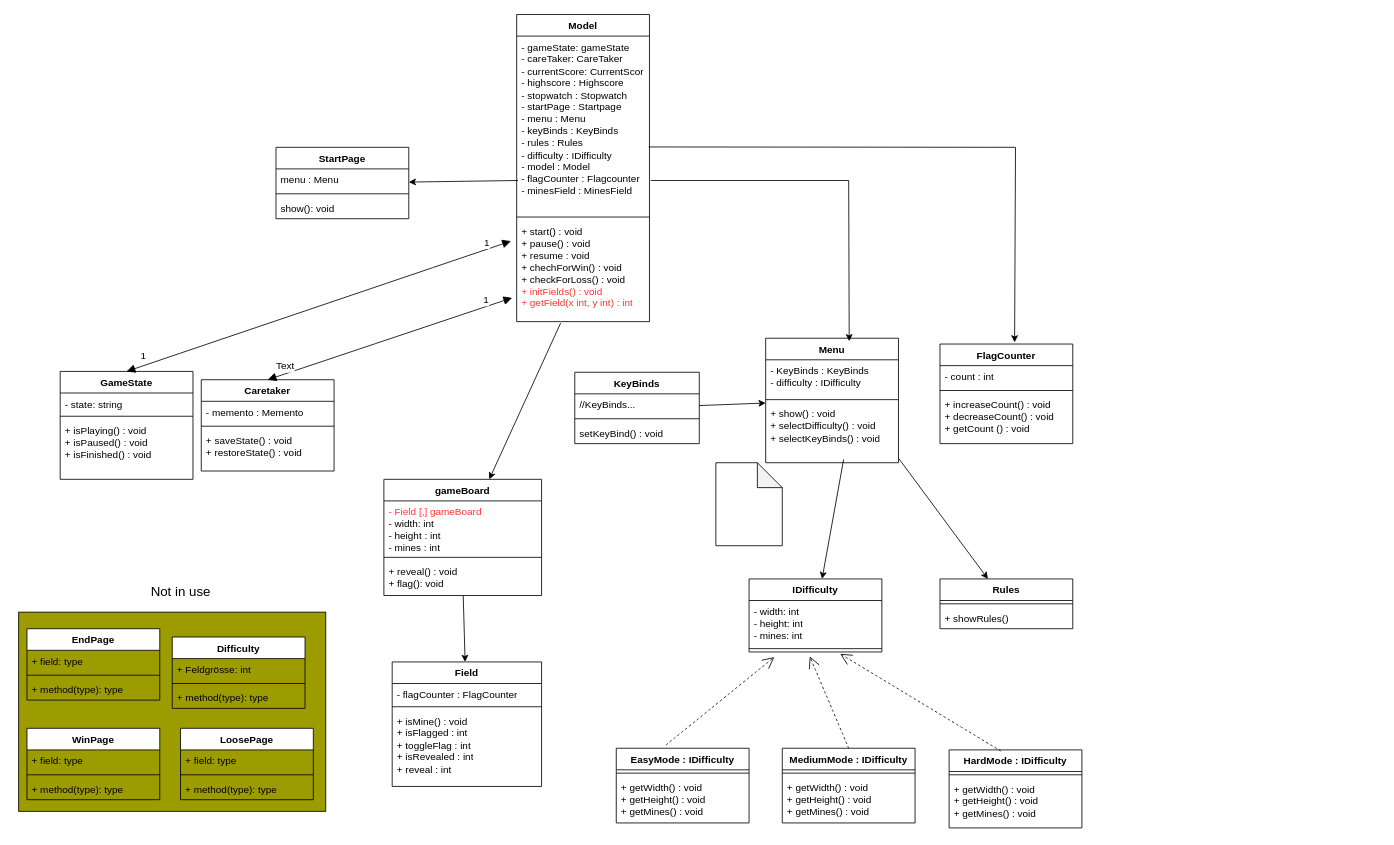
Before: Abgabe2_Abel_Amadeo/Klassendiagramm_Minesweeper_AS_AT.drawio in abelsolomon1/Minesweeper, a draw.io diagram. Source tidied: cells renumbered, new cells numbered last; positions are measured from the earlier drawing's top-left corner, leaving out a move shared by most shapes. Both pictures are drawn from the tidied source at 83%, with x=0, y=0 at pixel (18, 14).
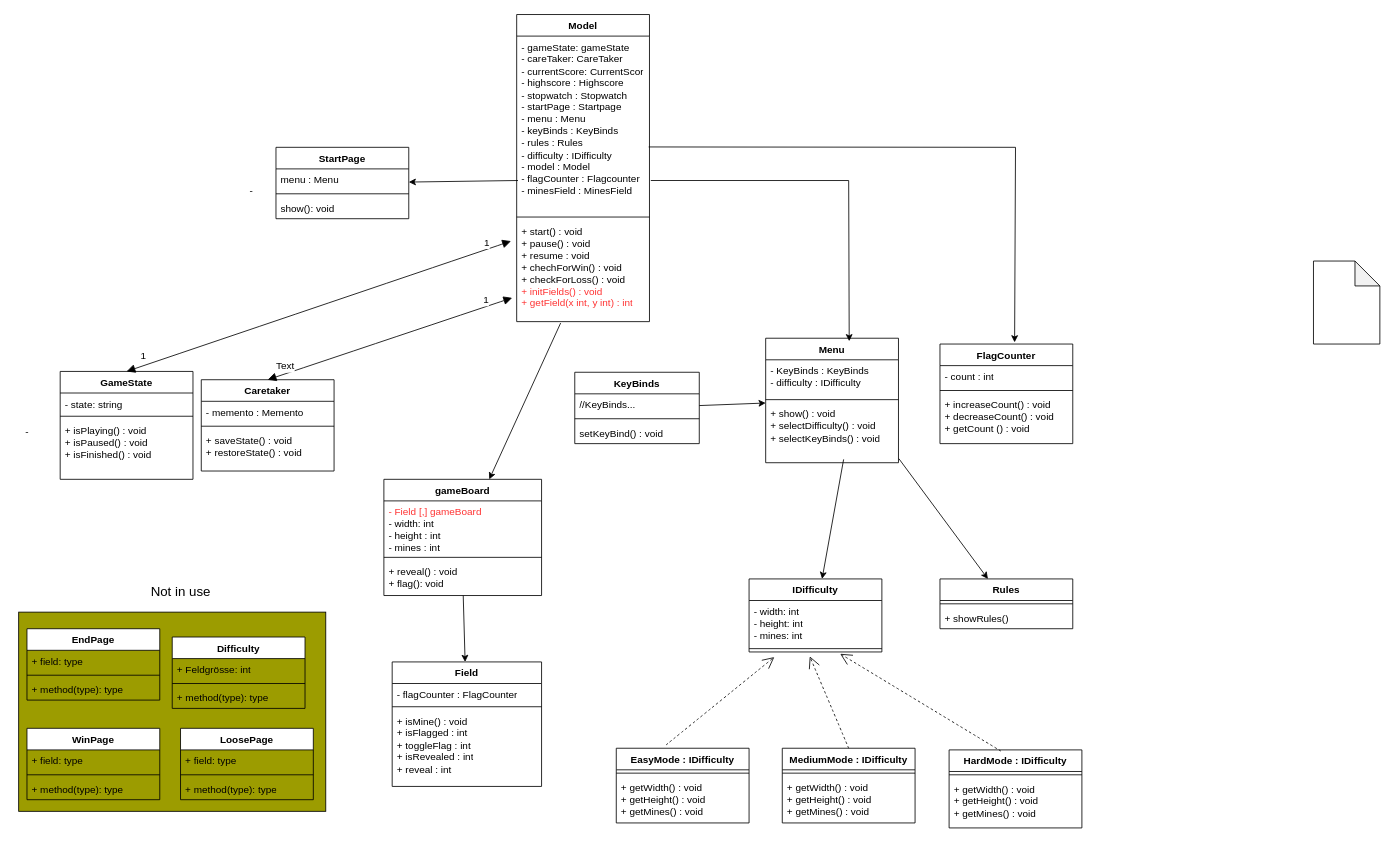
The same page after the edit.

The edit, as a diff of the source:
```diff
@@
     <mxCell id="88" style="shape=note;whiteSpace=wrap;html=1;backgroundOutline=1;darkOpacity=0.05;" parent="1" vertex="1">
-      <mxGeometry x="840" y="540" width="80" height="100" as="geometry" />
+      <mxGeometry x="1560" y="297" width="80" height="100" as="geometry" />
     </mxCell>
+    <mxCell id="89" value="-" style="text;html=1;align=center;verticalAlign=middle;strokeColor=none;fillColor=none;" parent="1" vertex="1">
+      <mxGeometry x="265" y="198" width="30" height="30" as="geometry" />
+    </mxCell>
+    <mxCell id="90" value="-" style="text;html=1;align=center;verticalAlign=middle;strokeColor=none;fillColor=none;" parent="1" vertex="1">
+      <mxGeometry x="-5" y="488" width="30" height="30" as="geometry" />
+    </mxCell>
```
